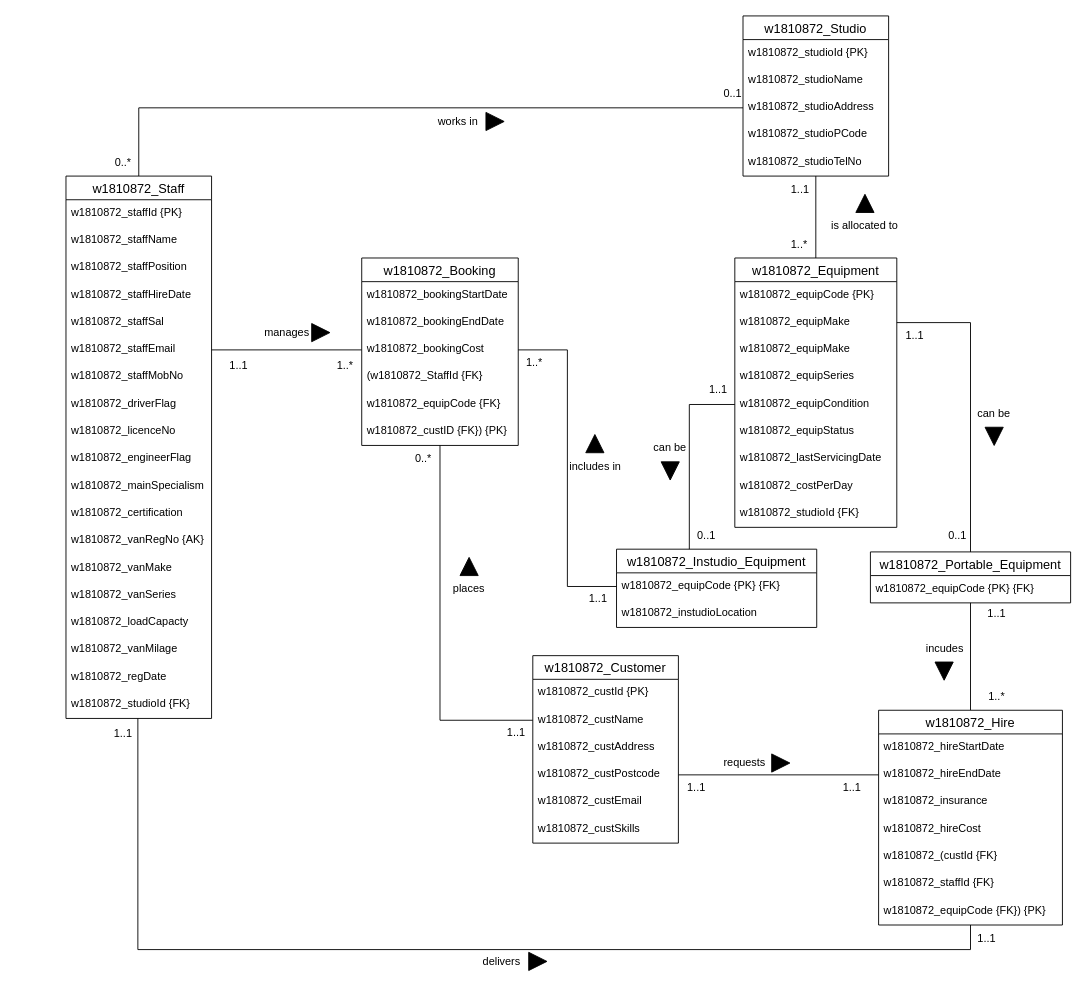
The draw.io diagram Part B/Part_B.drawio in ChitharaKarunasekera/DatabaseSystemsCoursework, before the edit. Source tidied: cells renumbered, new cells numbered last; positions are measured from the earlier drawing's top-left corner, leaving out a move shared by most shapes. Both pictures are drawn from the tidied source at 91%, with x=0, y=0 at pixel (66, 15).
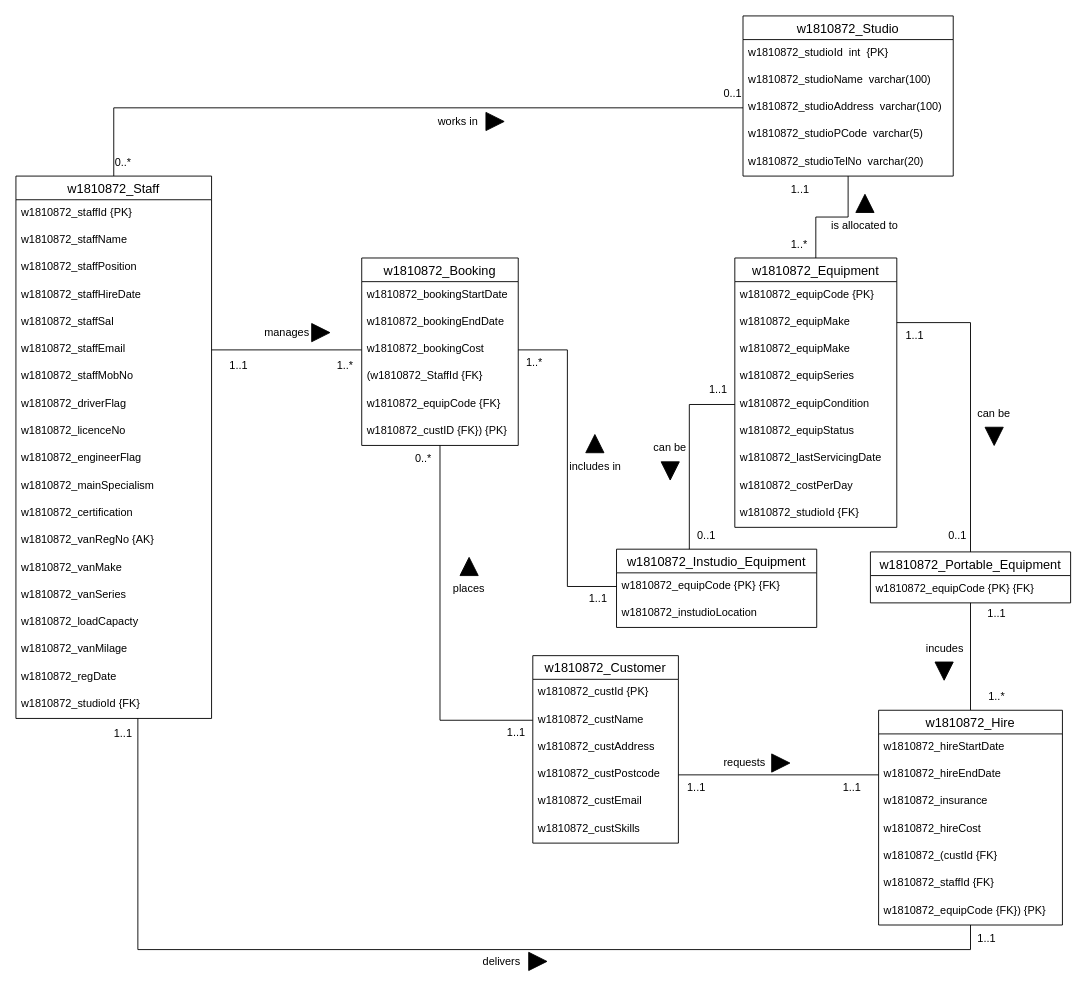
The same page after the edit.

Commit message:
added data types - Studio

Diff of the diagram source:
```diff
@@
     <mxCell id="3" value="w1810872_Staff" style="swimlane;fontStyle=0;horizontal=1;startSize=26;align=center;fontSize=14;" parent="1" vertex="1">
-      <mxGeometry y="176" width="160" height="596" as="geometry" />
+      <mxGeometry x="-55" y="176" width="215" height="596" as="geometry" />
     </mxCell>
-    <mxCell id="4" value="w1810872_staffId {PK}" style="text;strokeColor=none;fillColor=none;spacingLeft=4;spacingRight=4;overflow=hidden;fontSize=12;" parent="3" vertex="1">
-      <mxGeometry y="26" width="160" height="30" as="geometry" />
+    <mxCell id="4" value="w1810872_staffId {PK}" style="text;strokeColor=none;fillColor=none;spacingLeft=4;spacingRight=4;overflow=hidden;fontSize=12;" parent="3" vertex="1">
+      <mxGeometry y="26" width="215" height="30" as="geometry" />
     </mxCell>
     <mxCell id="5" value="w1810872_staffName" style="text;strokeColor=none;fillColor=none;spacingLeft=4;spacingRight=4;overflow=hidden;fontSize=12;" parent="3" vertex="1">
-      <mxGeometry y="56" width="160" height="30" as="geometry" />
+      <mxGeometry y="56" width="215" height="30" as="geometry" />
     </mxCell>
     <mxCell id="6" value="w1810872_staffPosition " style="text;strokeColor=none;fillColor=none;spacingLeft=4;spacingRight=4;overflow=hidden;fontSize=12;" parent="3" vertex="1">
-      <mxGeometry y="86" width="160" height="30" as="geometry" />
+      <mxGeometry y="86" width="215" height="30" as="geometry" />
     </mxCell>
     <mxCell id="7" value="w1810872_staffHireDate" style="text;strokeColor=none;fillColor=none;spacingLeft=4;spacingRight=4;overflow=hidden;fontSize=12;" parent="3" vertex="1">
-      <mxGeometry y="116" width="160" height="30" as="geometry" />
+      <mxGeometry y="116" width="215" height="30" as="geometry" />
     </mxCell>
     <mxCell id="8" value="w1810872_staffSal" style="text;strokeColor=none;fillColor=none;spacingLeft=4;spacingRight=4;overflow=hidden;fontSize=12;" parent="3" vertex="1">
-      <mxGeometry y="146" width="160" height="30" as="geometry" />
+      <mxGeometry y="146" width="215" height="30" as="geometry" />
     </mxCell>
     <mxCell id="9" value="w1810872_staffEmail" style="text;strokeColor=none;fillColor=none;spacingLeft=4;spacingRight=4;overflow=hidden;points=[[0,0.5],[1,0.5]];portConstraint=eastwest;fontSize=12;" parent="3" vertex="1">
-      <mxGeometry y="176" width="160" height="30" as="geometry" />
+      <mxGeometry y="176" width="215" height="30" as="geometry" />
     </mxCell>
     <mxCell id="10" value="w1810872_staffMobNo" style="text;strokeColor=none;fillColor=none;spacingLeft=4;spacingRight=4;overflow=hidden;fontSize=12;" parent="3" vertex="1">
-      <mxGeometry y="206" width="160" height="30" as="geometry" />
+      <mxGeometry y="206" width="215" height="30" as="geometry" />
     </mxCell>
     <mxCell id="11" value="w1810872_driverFlag" style="text;strokeColor=none;fillColor=none;spacingLeft=4;spacingRight=4;overflow=hidden;fontSize=12;" parent="3" vertex="1">
-      <mxGeometry y="236" width="160" height="30" as="geometry" />
+      <mxGeometry y="236" width="215" height="30" as="geometry" />
     </mxCell>
     <mxCell id="12" value="w1810872_licenceNo" style="text;strokeColor=none;fillColor=none;spacingLeft=4;spacingRight=4;overflow=hidden;fontSize=12;" parent="3" vertex="1">
-      <mxGeometry y="266" width="160" height="30" as="geometry" />
+      <mxGeometry y="266" width="215" height="30" as="geometry" />
     </mxCell>
     <mxCell id="13" value="w1810872_engineerFlag" style="text;strokeColor=none;fillColor=none;spacingLeft=4;spacingRight=4;overflow=hidden;fontSize=12;" parent="3" vertex="1">
-      <mxGeometry y="296" width="160" height="30" as="geometry" />
+      <mxGeometry y="296" width="215" height="30" as="geometry" />
     </mxCell>
     <mxCell id="14" value="w1810872_mainSpecialism " style="text;strokeColor=none;fillColor=none;spacingLeft=4;spacingRight=4;overflow=hidden;fontSize=12;" parent="3" vertex="1">
-      <mxGeometry y="326" width="160" height="30" as="geometry" />
+      <mxGeometry y="326" width="215" height="30" as="geometry" />
     </mxCell>
     <mxCell id="15" value="w1810872_certification" style="text;strokeColor=none;fillColor=none;spacingLeft=4;spacingRight=4;overflow=hidden;fontSize=12;" parent="3" vertex="1">
-      <mxGeometry y="356" width="160" height="30" as="geometry" />
+      <mxGeometry y="356" width="215" height="30" as="geometry" />
     </mxCell>
     <mxCell id="16" value="w1810872_vanRegNo {AK}" style="text;strokeColor=none;fillColor=none;spacingLeft=4;spacingRight=4;overflow=hidden;fontSize=12;fontColor=#000000;" parent="3" vertex="1">
-      <mxGeometry y="386" width="160" height="30" as="geometry" />
+      <mxGeometry y="386" width="215" height="30" as="geometry" />
     </mxCell>
     <mxCell id="17" value="w1810872_vanMake" style="text;strokeColor=none;fillColor=none;spacingLeft=4;spacingRight=4;overflow=hidden;fontSize=12;fontColor=#000000;" parent="3" vertex="1">
-      <mxGeometry y="416" width="160" height="30" as="geometry" />
+      <mxGeometry y="416" width="215" height="30" as="geometry" />
     </mxCell>
     <mxCell id="18" value="w1810872_vanSeries " style="text;strokeColor=none;fillColor=none;spacingLeft=4;spacingRight=4;overflow=hidden;fontSize=12;fontColor=#000000;" parent="3" vertex="1">
-      <mxGeometry y="446" width="160" height="30" as="geometry" />
+      <mxGeometry y="446" width="215" height="30" as="geometry" />
     </mxCell>
     <mxCell id="19" value="w1810872_loadCapacty" style="text;strokeColor=none;fillColor=none;spacingLeft=4;spacingRight=4;overflow=hidden;fontSize=12;fontColor=#000000;" parent="3" vertex="1">
-      <mxGeometry y="476" width="160" height="30" as="geometry" />
+      <mxGeometry y="476" width="215" height="30" as="geometry" />
     </mxCell>
     <mxCell id="20" value="w1810872_vanMilage " style="text;strokeColor=none;fillColor=none;spacingLeft=4;spacingRight=4;overflow=hidden;fontSize=12;fontColor=#000000;" parent="3" vertex="1">
-      <mxGeometry y="506" width="160" height="30" as="geometry" />
+      <mxGeometry y="506" width="215" height="30" as="geometry" />
     </mxCell>
     <mxCell id="21" value="w1810872_regDate" style="text;strokeColor=none;fillColor=none;spacingLeft=4;spacingRight=4;overflow=hidden;fontSize=12;fontColor=#000000;" parent="3" vertex="1">
-      <mxGeometry y="536" width="160" height="30" as="geometry" />
+      <mxGeometry y="536" width="215" height="30" as="geometry" />
     </mxCell>
     <mxCell id="22" value="w1810872_studioId {FK}" style="text;strokeColor=none;fillColor=none;spacingLeft=4;spacingRight=4;overflow=hidden;points=[[0,0.5],[1,0.5]];portConstraint=eastwest;fontSize=12;fontColor=#000000;" parent="3" vertex="1">
-      <mxGeometry y="566" width="160" height="30" as="geometry" />
+      <mxGeometry y="566" width="215" height="30" as="geometry" />
     </mxCell>
@@
     <mxCell id="100" value="w1810872_Studio" style="swimlane;fontStyle=0;horizontal=1;startSize=26;align=center;fontSize=14;fontColor=#000000;" parent="1" vertex="1">
-      <mxGeometry x="744" width="160" height="176" as="geometry" />
+      <mxGeometry x="744" width="231" height="176" as="geometry" />
     </mxCell>
-    <mxCell id="101" value="w1810872_studioId {PK}" style="text;strokeColor=none;fillColor=none;spacingLeft=4;spacingRight=4;overflow=hidden;fontSize=12;fontColor=#000000;" parent="100" vertex="1">
-      <mxGeometry y="26" width="160" height="30" as="geometry" />
+    <mxCell id="101" value="w1810872_studioId  int  {PK}" style="text;strokeColor=none;fillColor=none;spacingLeft=4;spacingRight=4;overflow=hidden;fontSize=12;fontColor=#000000;" parent="100" vertex="1">
+      <mxGeometry y="26" width="231" height="30" as="geometry" />
     </mxCell>
-    <mxCell id="102" value="w1810872_studioName" style="text;strokeColor=none;fillColor=none;spacingLeft=4;spacingRight=4;overflow=hidden;fontSize=12;fontColor=#000000;" parent="100" vertex="1">
-      <mxGeometry y="56" width="160" height="30" as="geometry" />
+    <mxCell id="102" value="w1810872_studioName  varchar(100)" style="text;strokeColor=none;fillColor=none;spacingLeft=4;spacingRight=4;overflow=hidden;fontSize=12;fontColor=#000000;" parent="100" vertex="1">
+      <mxGeometry y="56" width="231" height="30" as="geometry" />
     </mxCell>
-    <mxCell id="103" value="w1810872_studioAddress" style="text;strokeColor=none;fillColor=none;spacingLeft=4;spacingRight=4;overflow=hidden;points=[[0,0.5],[1,0.5]];portConstraint=eastwest;fontSize=12;fontColor=#000000;" parent="100" vertex="1">
-      <mxGeometry y="86" width="160" height="30" as="geometry" />
+    <mxCell id="103" value="w1810872_studioAddress  varchar(100)" style="text;strokeColor=none;fillColor=none;spacingLeft=4;spacingRight=4;overflow=hidden;points=[[0,0.5],[1,0.5]];portConstraint=eastwest;fontSize=12;fontColor=#000000;" parent="100" vertex="1">
+      <mxGeometry y="86" width="231" height="30" as="geometry" />
     </mxCell>
-    <mxCell id="104" value="w1810872_studioPCode" style="text;strokeColor=none;fillColor=none;spacingLeft=4;spacingRight=4;overflow=hidden;fontSize=12;fontColor=#000000;" parent="100" vertex="1">
-      <mxGeometry y="116" width="160" height="30" as="geometry" />
+    <mxCell id="104" value="w1810872_studioPCode  varchar(5)" style="text;strokeColor=none;fillColor=none;spacingLeft=4;spacingRight=4;overflow=hidden;fontSize=12;fontColor=#000000;" parent="100" vertex="1">
+      <mxGeometry y="116" width="231" height="30" as="geometry" />
     </mxCell>
-    <mxCell id="105" value="w1810872_studioTelNo" style="text;strokeColor=none;fillColor=none;spacingLeft=4;spacingRight=4;overflow=hidden;fontSize=12;fontColor=#000000;" parent="100" vertex="1">
-      <mxGeometry y="146" width="160" height="30" as="geometry" />
+    <mxCell id="105" value="w1810872_studioTelNo  varchar(20)" style="text;strokeColor=none;fillColor=none;spacingLeft=4;spacingRight=4;overflow=hidden;fontSize=12;fontColor=#000000;" parent="100" vertex="1">
+      <mxGeometry y="146" width="231" height="30" as="geometry" />
     </mxCell>
```
